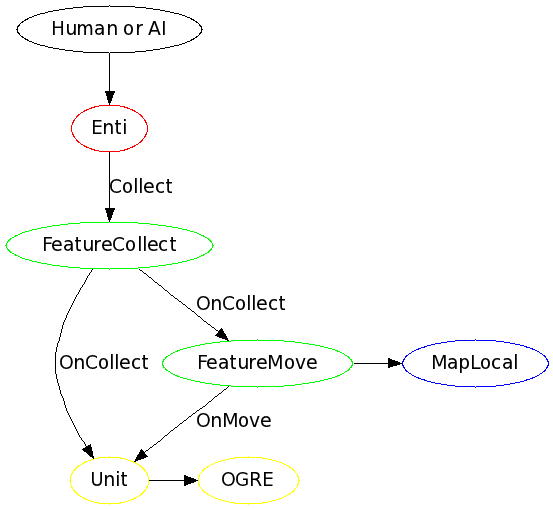
Earlier version of the Graphviz export Docs/dot/Command.dot.png (Akela1101/strategix). Its source is kept beside it as Docs/dot/Command.dot.
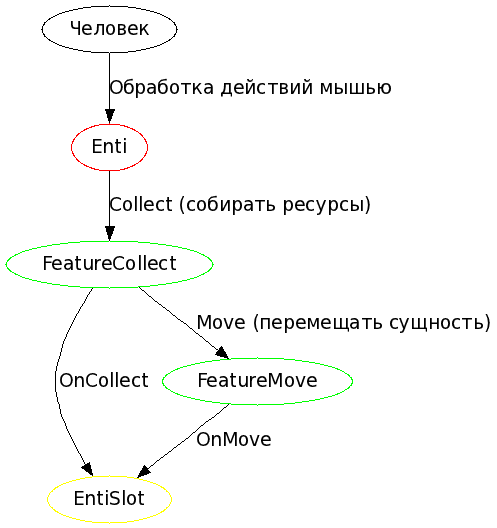
The same diagram one commit later.

Change to the diagram source:
```diff
@@ -1,20 +1,15 @@
 digraph G
 {
-	"Human or AI" -> Enti
-	Enti -> FeatureCollect [label = Collect]
-	FeatureCollect -> Unit [label = OnCollect]
-	FeatureCollect -> FeatureMove [label = OnCollect]
-	FeatureMove -> Unit [label = OnMove]
-	FeatureMove -> MapLocal
-	Unit -> OGRE
+	Человек -> Enti [label = "Обработка действий мышью"]
+	Enti -> FeatureCollect [label = "Collect (собирать ресурсы)"]
+	FeatureCollect -> EntiSlot [label = OnCollect]
+	FeatureCollect -> FeatureMove [label = "Move (перемещать сущность)"]
+	FeatureMove -> EntiSlot [label = OnMove]
 
 	Enti [color = red]
-	MapLocal [color = blue]
 	FeatureCollect [color = green]
 	FeatureMove [color = green]
-	Unit [color = yellow]
-	OGRE [color = yellow]
+	EntiSlot [color = yellow]
 
-	{rank = same; FeatureMove; MapLocal}
-	{rank = same; Unit; OGRE}
+
 }
```
